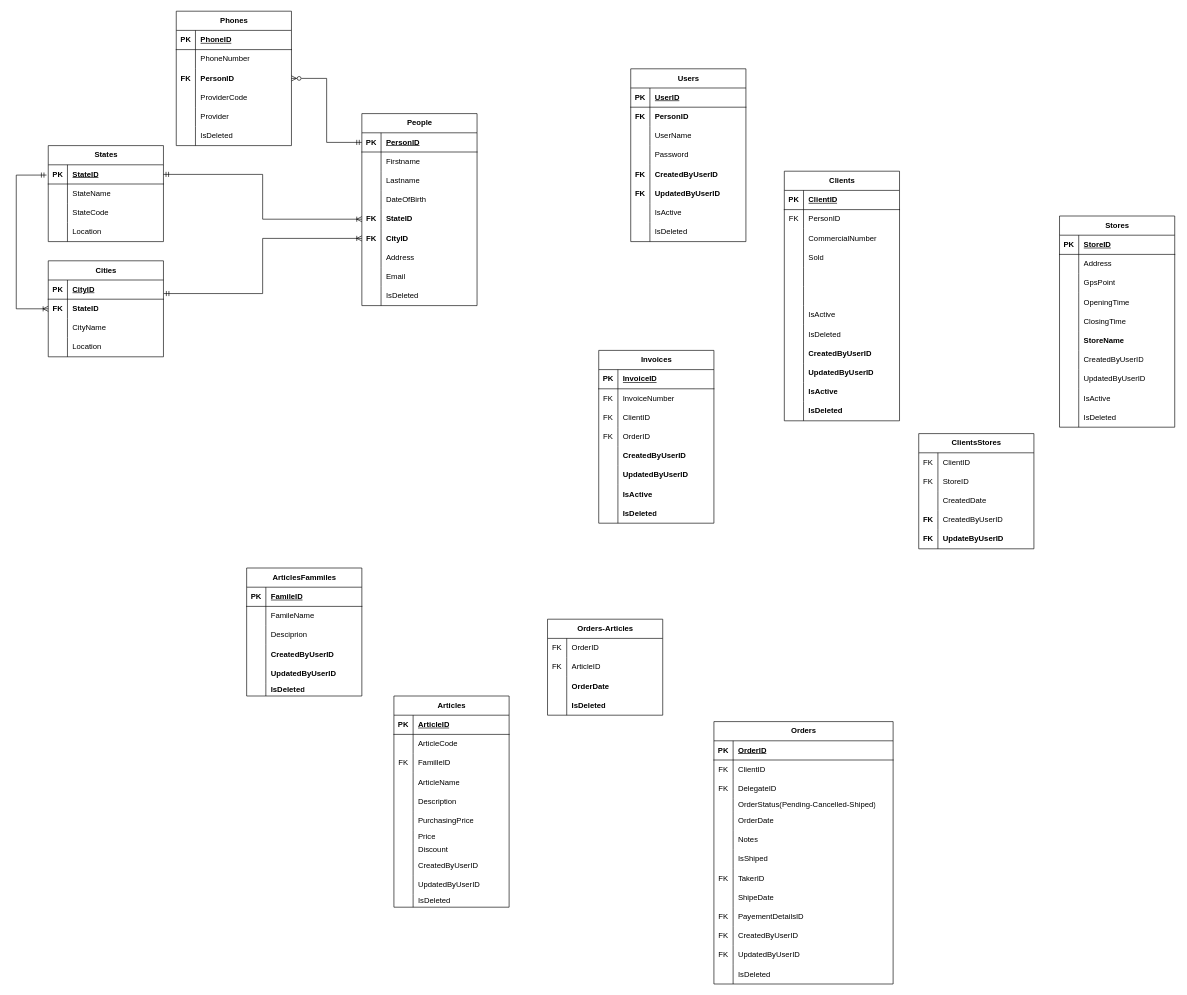
khalil98dev/GNT keeps this draw.io diagram as GNT_Manager.drawio. Above is the earlier version. Source tidied: cells renumbered, new cells numbered last; positions are measured from the earlier drawing's top-left corner, leaving out a move shared by most shapes. Both pictures are drawn from the tidied source at 64%, with x=0, y=0 at pixel (16, 11).
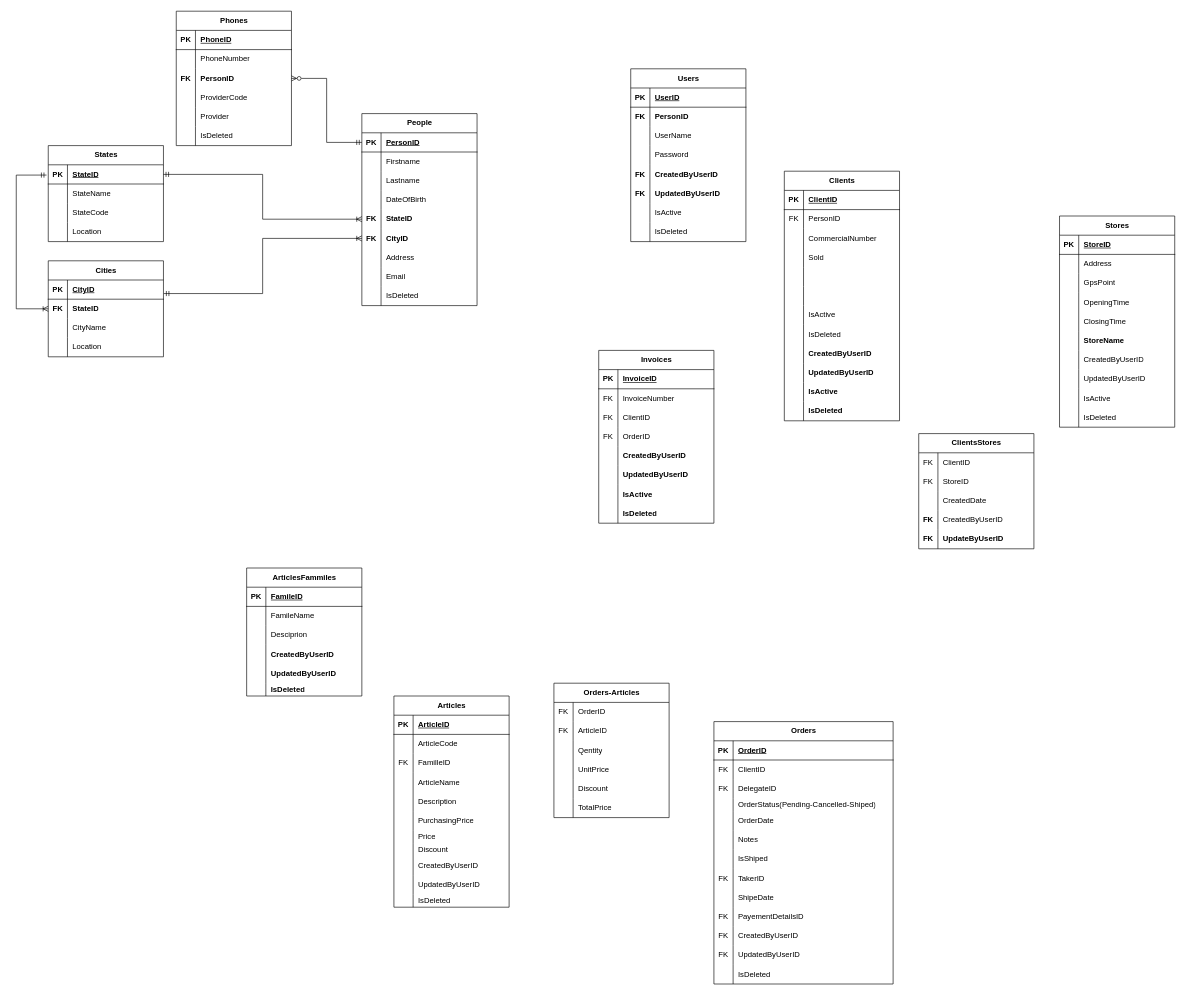
The same page after the edit.

Unchanged cells that the change refers to:
```xml
<mxCell id="275" style="shape=tableRow;horizontal=0;startSize=0;swimlaneHead=0;swimlaneBody=0;fillColor=none;top=0;left=0;right=0;bottom=0;" parent="268" vertex="1">
  <mxGeometry y="90" width="180" height="30" as="geometry" />
</mxCell>
<mxCell id="278" style="shape=tableRow;horizontal=0;startSize=0;swimlaneHead=0;swimlaneBody=0;fillColor=none;top=0;left=0;right=0;bottom=0;" parent="268" vertex="1">
  <mxGeometry y="120" width="180" height="30" as="geometry" />
</mxCell>
```

The edit, as a diff of the source:
```diff
@@
     <mxCell id="268" value="Orders-Articles" style="shape=table;startSize=30;childLayout=tableLayout;rowLines=0;fontStyle=1;align=center;html=1;" parent="1" vertex="1">
-      <mxGeometry x="830" y="950" width="180" height="150" as="geometry" />
+      <mxGeometry x="840" y="1050" width="180" height="210" as="geometry" />
     </mxCell>
@@
-    <mxCell id="276" style="shape=partialRectangle;fillColor=none;top=0;left=0;bottom=0;right=0;overflow=hidden;whiteSpace=wrap;html=1;fontStyle=1;" parent="275" vertex="1">
-      <mxGeometry width="30" height="30" as="geometry" />
-    </mxCell>
-    <mxCell id="277" value="OrderDate" style="shape=partialRectangle;fillColor=none;top=0;left=0;bottom=0;right=0;align=left;spacingLeft=6;overflow=hidden;whiteSpace=wrap;html=1;fontStyle=1;" parent="275" vertex="1">
-      <mxGeometry x="30" width="150" height="30" as="geometry" />
-    </mxCell>
+    <mxCell id="321" style="shape=partialRectangle;fillColor=none;top=0;left=0;bottom=0;right=0;overflow=hidden;whiteSpace=wrap;html=1;" parent="275" vertex="1">
+      <mxGeometry width="30" height="30" as="geometry" />
+    </mxCell>
+    <mxCell id="322" value="Qentity" style="shape=partialRectangle;fillColor=none;top=0;left=0;bottom=0;right=0;align=left;spacingLeft=6;overflow=hidden;whiteSpace=wrap;html=1;" parent="275" vertex="1">
+      <mxGeometry x="30" width="150" height="30" as="geometry" />
+    </mxCell>
@@
-    <mxCell id="279" style="shape=partialRectangle;fillColor=none;top=0;left=0;bottom=0;right=0;overflow=hidden;whiteSpace=wrap;html=1;fontStyle=1;" parent="278" vertex="1">
-      <mxGeometry width="30" height="30" as="geometry" />
-    </mxCell>
-    <mxCell id="280" value="IsDeleted" style="shape=partialRectangle;fillColor=none;top=0;left=0;bottom=0;right=0;align=left;spacingLeft=6;overflow=hidden;whiteSpace=wrap;html=1;fontStyle=1;" parent="278" vertex="1">
-      <mxGeometry x="30" width="150" height="30" as="geometry" />
-    </mxCell>
+    <mxCell id="323" style="shape=partialRectangle;fillColor=none;top=0;left=0;bottom=0;right=0;overflow=hidden;whiteSpace=wrap;html=1;" parent="278" vertex="1">
+      <mxGeometry width="30" height="30" as="geometry" />
+    </mxCell>
+    <mxCell id="324" value="UnitPrice" style="shape=partialRectangle;fillColor=none;top=0;left=0;bottom=0;right=0;align=left;spacingLeft=6;overflow=hidden;whiteSpace=wrap;html=1;" parent="278" vertex="1">
+      <mxGeometry x="30" width="150" height="30" as="geometry" />
+    </mxCell>
+    <mxCell id="325" style="shape=tableRow;horizontal=0;startSize=0;swimlaneHead=0;swimlaneBody=0;fillColor=none;top=0;left=0;right=0;bottom=0;" parent="268" vertex="1">
+      <mxGeometry y="150" width="180" height="30" as="geometry" />
+    </mxCell>
+    <mxCell id="326" style="shape=partialRectangle;fillColor=none;top=0;left=0;bottom=0;right=0;overflow=hidden;whiteSpace=wrap;html=1;" parent="325" vertex="1">
+      <mxGeometry width="30" height="30" as="geometry" />
+    </mxCell>
+    <mxCell id="327" value="Discount" style="shape=partialRectangle;fillColor=none;top=0;left=0;bottom=0;right=0;align=left;spacingLeft=6;overflow=hidden;whiteSpace=wrap;html=1;" parent="325" vertex="1">
+      <mxGeometry x="30" width="150" height="30" as="geometry" />
+    </mxCell>
+    <mxCell id="328" style="shape=tableRow;horizontal=0;startSize=0;swimlaneHead=0;swimlaneBody=0;fillColor=none;top=0;left=0;right=0;bottom=0;" parent="268" vertex="1">
+      <mxGeometry y="180" width="180" height="30" as="geometry" />
+    </mxCell>
+    <mxCell id="329" style="shape=partialRectangle;fillColor=none;top=0;left=0;bottom=0;right=0;overflow=hidden;whiteSpace=wrap;html=1;" parent="328" vertex="1">
+      <mxGeometry width="30" height="30" as="geometry" />
+    </mxCell>
+    <mxCell id="330" value="TotalPrice" style="shape=partialRectangle;fillColor=none;top=0;left=0;bottom=0;right=0;align=left;spacingLeft=6;overflow=hidden;whiteSpace=wrap;html=1;" parent="328" vertex="1">
+      <mxGeometry x="30" width="150" height="30" as="geometry" />
+    </mxCell>
```
